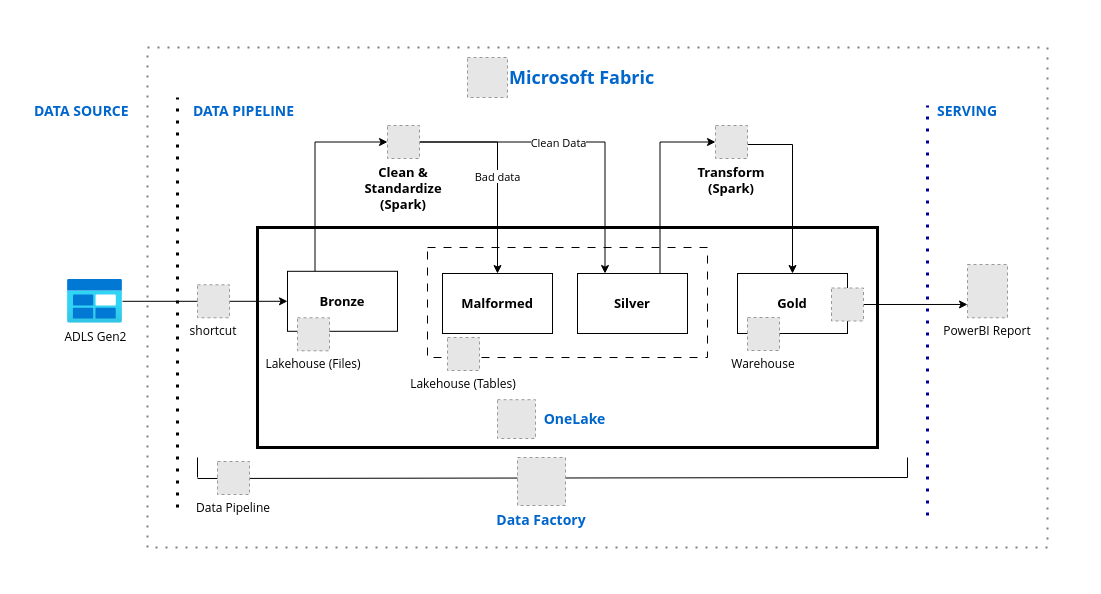
Above: e2e_samples/fabric_dataops_sample/images/fabric_archi.drawio in Azure-Samples/modern-data-warehouse-dataops (draw.io), before the change. Source tidied: cells renumbered, new cells numbered last; positions are measured from the earlier drawing's top-left corner, leaving out a move shared by most shapes. Both pictures are drawn from the tidied source at 100%, with x=0, y=0 at pixel (17, 17). Pictures stored in the file or linked from it are replaced by grey dashed boxes.
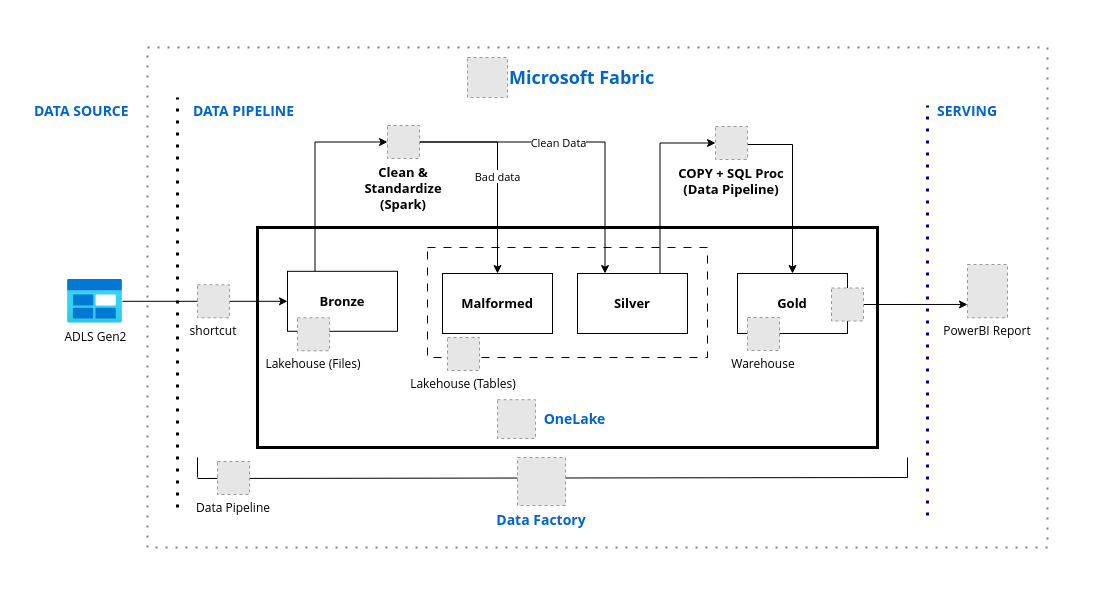
The same page after the edit.

Unchanged cells that the change refers to:
```xml
<mxCell id="13" value="Silver" style="rounded=0;whiteSpace=wrap;html=1;fontStyle=1;fontSize=13;fontFamily=Segoe UI;" parent="1" vertex="1">
  <mxGeometry x="560" y="256" width="110" height="60" as="geometry" />
</mxCell>
<mxCell id="15" value="Gold" style="rounded=0;whiteSpace=wrap;html=1;fontStyle=1;fontSize=13;fontFamily=Segoe UI;" parent="1" vertex="1">
  <mxGeometry x="720" y="256" width="110" height="60" as="geometry" />
</mxCell>
```

The edit, as a diff of the source:
```diff
@@
-    <mxCell id="12" style="edgeStyle=orthogonalEdgeStyle;rounded=0;jettySize=auto;html=1;entryX=0;entryY=0.5;entryDx=0;entryDy=0;exitX=0.75;exitY=0;exitDx=0;exitDy=0;fontFamily=Segoe UI;" parent="1" edge="1" source="13" target="24">
+    <mxCell id="12" style="edgeStyle=orthogonalEdgeStyle;rounded=0;jettySize=auto;html=1;entryX=0;entryY=0.5;entryDx=0;entryDy=0;exitX=0.75;exitY=0;exitDx=0;exitDy=0;fontFamily=Segoe UI;" parent="1" edge="1" source="13" target="44">
       <mxGeometry relative="1" as="geometry" />
     </mxCell>
@@
-    <mxCell id="23" style="edgeStyle=orthogonalEdgeStyle;rounded=0;jettySize=auto;html=1;entryX=0.5;entryY=0;entryDx=0;entryDy=0;fontFamily=Segoe UI;" parent="1" edge="1" source="24" target="15">
+    <mxCell id="23" style="edgeStyle=orthogonalEdgeStyle;rounded=0;jettySize=auto;html=1;entryX=0.5;entryY=0;entryDx=0;entryDy=0;fontFamily=Segoe UI;" parent="1" edge="1" target="15">
       <mxGeometry relative="1" as="geometry">
+        <mxPoint x="730" y="127" as="sourcePoint" />
         <Array as="points">
           <mxPoint x="775" y="127" />
         </Array>
       </mxGeometry>
     </mxCell>
-    <mxCell id="24" value="Transform&#10;(Spark)" style="fillColor=#E6E6E6;strokeColor=#999999;dashed=1;verticalLabelPosition=bottom;verticalAlign=top;fontStyle=1;fontSize=13;fontFamily=Segoe UI;" parent="1" vertex="1">
-      <mxGeometry x="698" y="108" width="32" height="33" as="geometry" />
-    </mxCell>
@@
+    <mxCell id="44" value="COPY + SQL Proc&#10;(Data Pipeline)" style="fillColor=#E6E6E6;strokeColor=#999999;dashed=1;verticalLabelPosition=bottom;verticalAlign=top;labelBackgroundColor=default;fontSize=13;fontColor=#000000;fontFamily=Segoe UI;fontStyle=1;" parent="1" vertex="1">
+      <mxGeometry x="698" y="109" width="32" height="33" as="geometry" />
+    </mxCell>
```
